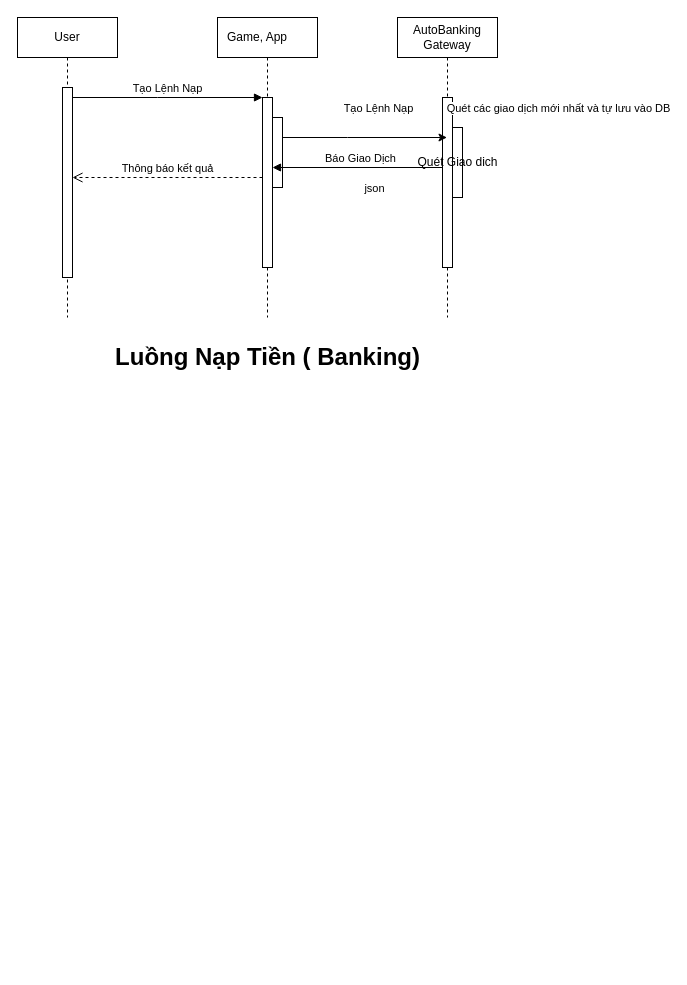
This is banking_uml.drawio from bachdev/diagram, a draw.io file, before an edit. Source tidied: cells renumbered, new cells numbered last; positions are measured from the earlier drawing's top-left corner, leaving out a move shared by most shapes. Both pictures are drawn from the tidied source at 100%, with x=0, y=0 at pixel (17, 17).
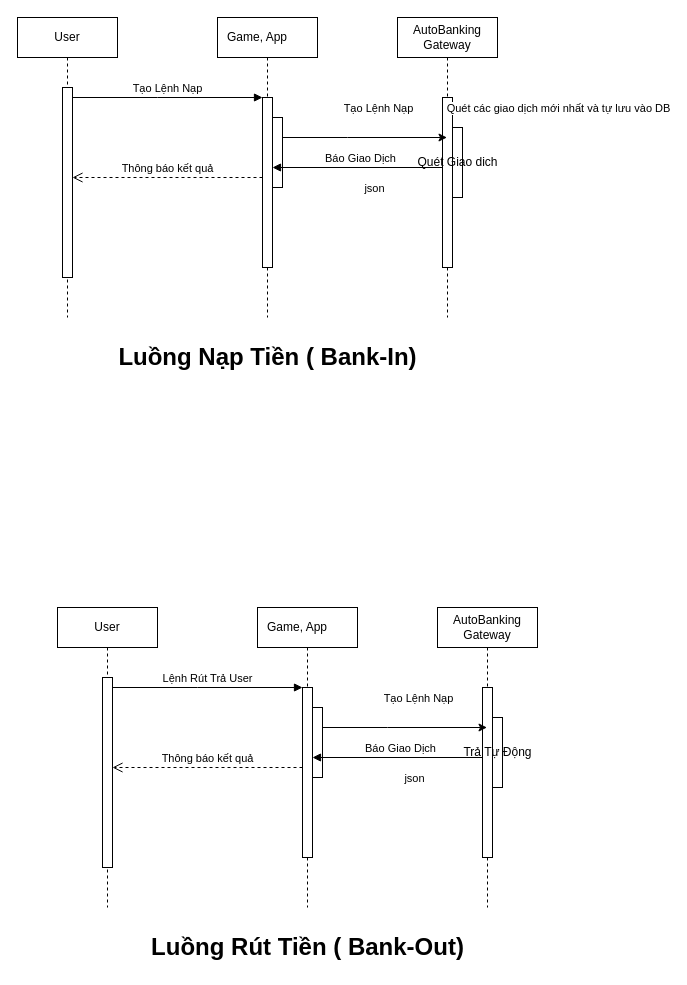
The same page after the edit.

Change to the diagram source:
```diff
@@
-    <mxCell id="17" value="Luồng Nạp Tiền ( Banking)" style="text;strokeColor=none;fillColor=none;html=1;fontSize=24;fontStyle=1;verticalAlign=middle;align=center;" parent="1" vertex="1">
+    <mxCell id="17" value="Luồng Nạp Tiền ( Bank-In)" style="text;strokeColor=none;fillColor=none;html=1;fontSize=24;fontStyle=1;verticalAlign=middle;align=center;" parent="1" vertex="1">
       <mxGeometry x="200" y="320" width="100" height="40" as="geometry" />
     </mxCell>
+    <mxCell id="18" value="User" style="shape=umlLifeline;perimeter=lifelinePerimeter;whiteSpace=wrap;html=1;newEdgeStyle={&quot;edgeStyle&quot;:&quot;elbowEdgeStyle&quot;,&quot;elbow&quot;:&quot;vertical&quot;,&quot;curved&quot;:0,&quot;rounded&quot;:0};" parent="1" vertex="1">
+      <mxGeometry x="40" y="590" width="100" height="300" as="geometry" />
+    </mxCell>
+    <mxCell id="19" style="html=1;points=[];perimeter=orthogonalPerimeter;outlineConnect=0;targetShapes=umlLifeline;portConstraint=eastwest;newEdgeStyle={&quot;edgeStyle&quot;:&quot;elbowEdgeStyle&quot;,&quot;elbow&quot;:&quot;vertical&quot;,&quot;curved&quot;:0,&quot;rounded&quot;:0};" parent="18" vertex="1">
+      <mxGeometry x="45" y="70" width="10" height="190" as="geometry" />
+    </mxCell>
+    <mxCell id="20" value="Game, App&lt;span style=&quot;white-space: pre;&quot;&gt;&#9;&lt;/span&gt;" style="shape=umlLifeline;perimeter=lifelinePerimeter;whiteSpace=wrap;html=1;newEdgeStyle={&quot;edgeStyle&quot;:&quot;elbowEdgeStyle&quot;,&quot;elbow&quot;:&quot;vertical&quot;,&quot;curved&quot;:0,&quot;rounded&quot;:0};labelBackgroundColor=none;" parent="1" vertex="1">
+      <mxGeometry x="240" y="590" width="100" height="300" as="geometry" />
+    </mxCell>
+    <mxCell id="21" style="html=1;points=[];perimeter=orthogonalPerimeter;outlineConnect=0;targetShapes=umlLifeline;portConstraint=eastwest;newEdgeStyle={&quot;edgeStyle&quot;:&quot;elbowEdgeStyle&quot;,&quot;elbow&quot;:&quot;vertical&quot;,&quot;curved&quot;:0,&quot;rounded&quot;:0};" parent="20" vertex="1">
+      <mxGeometry x="45" y="80" width="10" height="170" as="geometry" />
+    </mxCell>
+    <mxCell id="22" style="html=1;points=[];perimeter=orthogonalPerimeter;outlineConnect=0;targetShapes=umlLifeline;portConstraint=eastwest;newEdgeStyle={&quot;edgeStyle&quot;:&quot;elbowEdgeStyle&quot;,&quot;elbow&quot;:&quot;vertical&quot;,&quot;curved&quot;:0,&quot;rounded&quot;:0};" parent="20" vertex="1">
+      <mxGeometry x="55" y="100" width="10" height="70" as="geometry" />
+    </mxCell>
+    <mxCell id="23" value="Lệnh Rút Trả User" style="html=1;verticalAlign=bottom;endArrow=block;edgeStyle=elbowEdgeStyle;elbow=vertical;curved=0;rounded=0;" parent="1" edge="1" source="19" target="21">
+      <mxGeometry relative="1" as="geometry">
+        <Array as="points">
+          <mxPoint x="180" y="670" />
+        </Array>
+      </mxGeometry>
+    </mxCell>
+    <mxCell id="24" value="Thông báo kết quả" style="html=1;verticalAlign=bottom;endArrow=open;dashed=1;endSize=8;edgeStyle=elbowEdgeStyle;elbow=vertical;curved=0;rounded=0;" parent="1" edge="1" source="21" target="19">
+      <mxGeometry relative="1" as="geometry">
+        <Array as="points">
+          <mxPoint x="190" y="750" />
+          <mxPoint x="190" y="830" />
+        </Array>
+      </mxGeometry>
+    </mxCell>
+    <mxCell id="25" value="Báo Giao Dịch" style="html=1;verticalAlign=bottom;endArrow=block;edgeStyle=elbowEdgeStyle;elbow=vertical;curved=0;rounded=0;" parent="1" edge="1" source="27" target="21">
+      <mxGeometry relative="1" as="geometry">
+        <Array as="points">
+          <mxPoint x="290" y="750" />
+        </Array>
+      </mxGeometry>
+    </mxCell>
+    <mxCell id="26" value="json" style="edgeLabel;html=1;align=center;verticalAlign=middle;" parent="25" vertex="1">
+      <mxGeometry x="-0.28" y="1" relative="1" as="geometry">
+        <mxPoint x="-10" y="19" as="offset" />
+      </mxGeometry>
+    </mxCell>
+    <mxCell id="27" value="AutoBanking Gateway" style="shape=umlLifeline;perimeter=lifelinePerimeter;whiteSpace=wrap;html=1;outlineConnect=0;portConstraint=eastwest;newEdgeStyle={&quot;edgeStyle&quot;:&quot;elbowEdgeStyle&quot;,&quot;elbow&quot;:&quot;vertical&quot;,&quot;curved&quot;:0,&quot;rounded&quot;:0};" parent="1" vertex="1">
+      <mxGeometry x="420" y="590" width="100" height="300" as="geometry" />
+    </mxCell>
+    <mxCell id="28" style="html=1;perimeter=orthogonalPerimeter;targetShapes=umlLifeline;newEdgeStyle={&quot;edgeStyle&quot;:&quot;elbowEdgeStyle&quot;,&quot;elbow&quot;:&quot;vertical&quot;,&quot;curved&quot;:0,&quot;rounded&quot;:0};" parent="27" vertex="1">
+      <mxGeometry x="45" y="80" width="10" height="170" as="geometry" />
+    </mxCell>
+    <mxCell id="29" value="Trả Tự Động" style="html=1;perimeter=orthogonalPerimeter;targetShapes=umlLifeline;newEdgeStyle={&quot;edgeStyle&quot;:&quot;elbowEdgeStyle&quot;,&quot;elbow&quot;:&quot;vertical&quot;,&quot;curved&quot;:0,&quot;rounded&quot;:0};" parent="27" vertex="1">
+      <mxGeometry x="55" y="110" width="10" height="70" as="geometry" />
+    </mxCell>
+    <mxCell id="30" style="edgeStyle=elbowEdgeStyle;rounded=0;jettySize=auto;html=1;elbow=vertical;curved=0;" parent="1" edge="1" source="22" target="27">
+      <mxGeometry relative="1" as="geometry">
+        <Array as="points">
+          <mxPoint x="370" y="710" />
+        </Array>
+      </mxGeometry>
+    </mxCell>
+    <mxCell id="31" value="Tạo Lệnh Nạp" style="edgeLabel;html=1;align=center;verticalAlign=middle;" parent="30" vertex="1">
+      <mxGeometry x="0.09" y="-2" relative="1" as="geometry">
+        <mxPoint x="5" y="-32" as="offset" />
+      </mxGeometry>
+    </mxCell>
+    <mxCell id="32" value="Luồng Rút Tiền ( Bank-Out)" style="text;strokeColor=none;fillColor=none;html=1;fontSize=24;fontStyle=1;verticalAlign=middle;align=center;" parent="1" vertex="1">
+      <mxGeometry x="240" y="910" width="100" height="40" as="geometry" />
+    </mxCell>
```
